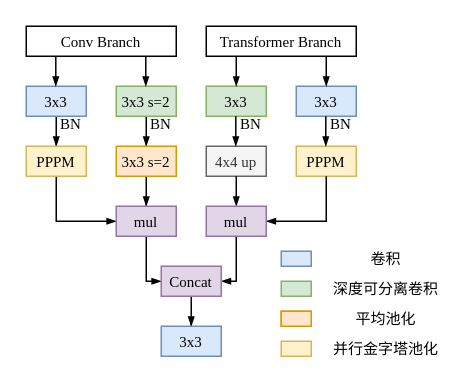
Earlier version of the draw.io diagram page "多尺度特征融合模块" (2 of 3) of 特征融合模块.drawio (qjl988/drawio). Source tidied: cells renumbered, new cells numbered last; positions are measured from the earlier drawing's top-left corner, leaving out a move shared by most shapes. Both pictures are drawn from the tidied source at 150%, with x=0, y=0 at pixel (26, 26).
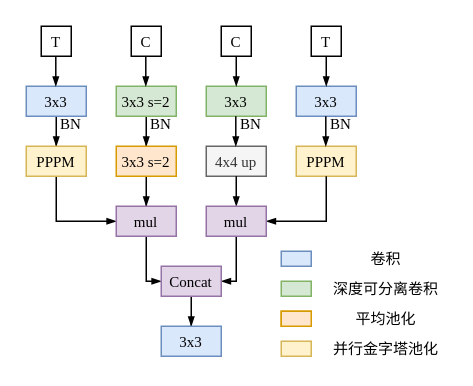
After the change.

Commit message:
更新特征融合模块.drawio

The edit, as a diff of the source:
```diff
@@
-    <mxCell id="23" value="&lt;span style=&quot;font-size: 10px;&quot;&gt;Conv Branch&lt;/span&gt;" style="rounded=0;whiteSpace=wrap;html=1;strokeColor=default;fillColor=none;fontFamily=Times New Roman;" parent="1" vertex="1">
-      <mxGeometry width="100" height="20" as="geometry" />
+    <mxCell id="23" value="&lt;span style=&quot;font-size: 10px;&quot;&gt;C&lt;/span&gt;" style="rounded=0;whiteSpace=wrap;html=1;strokeColor=default;fillColor=none;fontFamily=Times New Roman;align=center;" parent="1" vertex="1">
+      <mxGeometry x="70" width="20" height="20" as="geometry" />
     </mxCell>
-    <mxCell id="24" value="&lt;span style=&quot;font-size: 10px;&quot;&gt;Transformer Branch&lt;/span&gt;" style="rounded=0;whiteSpace=wrap;html=1;strokeColor=default;fillColor=none;fontFamily=Times New Roman;" parent="1" vertex="1">
-      <mxGeometry x="120" width="100" height="20" as="geometry" />
-    </mxCell>
@@
+    <mxCell id="44" value="&lt;span style=&quot;font-size: 10px;&quot;&gt;T&lt;/span&gt;" style="rounded=0;whiteSpace=wrap;html=1;strokeColor=default;fillColor=none;fontFamily=Times New Roman;align=center;" parent="1" vertex="1">
+      <mxGeometry x="10" width="20" height="20" as="geometry" />
+    </mxCell>
+    <mxCell id="45" value="&lt;span style=&quot;font-size: 10px;&quot;&gt;C&lt;/span&gt;" style="rounded=0;whiteSpace=wrap;html=1;strokeColor=default;fillColor=none;fontFamily=Times New Roman;align=center;" parent="1" vertex="1">
+      <mxGeometry x="130" width="20" height="20" as="geometry" />
+    </mxCell>
+    <mxCell id="46" value="&lt;span style=&quot;font-size: 10px;&quot;&gt;T&lt;/span&gt;" style="rounded=0;whiteSpace=wrap;html=1;strokeColor=default;fillColor=none;fontFamily=Times New Roman;align=center;" parent="1" vertex="1">
+      <mxGeometry x="190" width="20" height="20" as="geometry" />
+    </mxCell>
```
